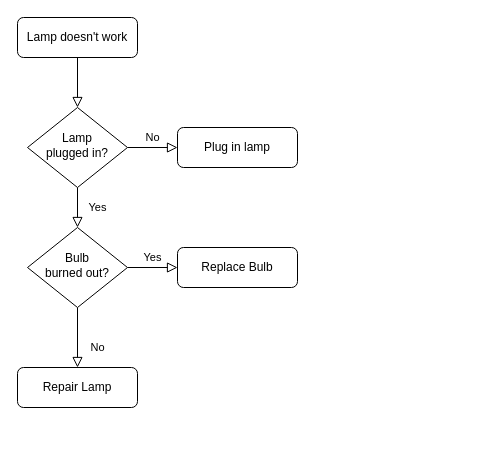
Before: Untitled Diagram.drawio in niffif/drawio, a draw.io diagram. Source tidied: cells renumbered, new cells numbered last; positions are measured from the earlier drawing's top-left corner, leaving out a move shared by most shapes. Both pictures are drawn from the tidied source at 100%, with x=0, y=0 at pixel (17, 17).
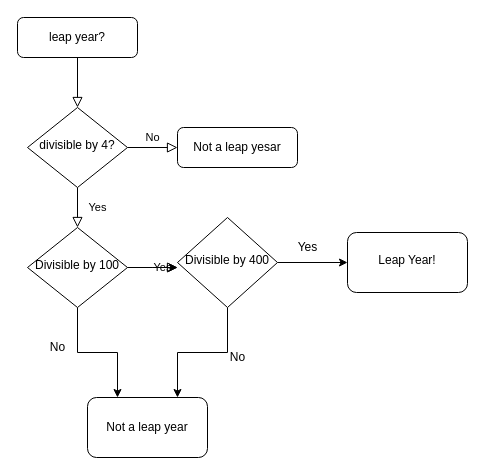
After the change.

Diff of the diagram source:
```diff
@@
-    <mxCell id="3" value="Lamp doesn't work" style="rounded=1;whiteSpace=wrap;html=1;fontSize=12;glass=0;strokeWidth=1;shadow=0;" parent="1" vertex="1">
+    <mxCell id="3" value="leap year?" style="rounded=1;whiteSpace=wrap;html=1;fontSize=12;glass=0;strokeWidth=1;shadow=0;" parent="1" vertex="1">
       <mxGeometry width="120" height="40" as="geometry" />
     </mxCell>
@@
-    <mxCell id="6" value="Lamp&lt;br&gt;plugged in?" style="rhombus;whiteSpace=wrap;html=1;shadow=0;fontFamily=Helvetica;fontSize=12;align=center;strokeWidth=1;spacing=6;spacingTop=-4;" parent="1" vertex="1">
+    <mxCell id="6" value="divisible by 4?" style="rhombus;whiteSpace=wrap;html=1;shadow=0;fontFamily=Helvetica;fontSize=12;align=center;strokeWidth=1;spacing=6;spacingTop=-4;" parent="1" vertex="1">
       <mxGeometry x="10" y="90" width="100" height="80" as="geometry" />
     </mxCell>
-    <mxCell id="7" value="Plug in lamp" style="rounded=1;whiteSpace=wrap;html=1;fontSize=12;glass=0;strokeWidth=1;shadow=0;" parent="1" vertex="1">
+    <mxCell id="7" value="Not a leap yesar" style="rounded=1;whiteSpace=wrap;html=1;fontSize=12;glass=0;strokeWidth=1;shadow=0;" parent="1" vertex="1">
       <mxGeometry x="160" y="110" width="120" height="40" as="geometry" />
     </mxCell>
-    <mxCell id="8" value="No" style="rounded=0;html=1;jettySize=auto;fontSize=11;endArrow=block;endFill=0;endSize=8;strokeWidth=1;shadow=0;labelBackgroundColor=none;edgeStyle=orthogonalEdgeStyle;" parent="1" edge="1" source="10" target="11">
-      <mxGeometry x="0.33" y="20" relative="1" as="geometry" />
-    </mxCell>
-    <mxCell id="9" value="Yes" style="edgeStyle=orthogonalEdgeStyle;rounded=0;html=1;jettySize=auto;fontSize=11;endArrow=block;endFill=0;endSize=8;strokeWidth=1;shadow=0;labelBackgroundColor=none;" parent="1" edge="1" source="10" target="12">
-      <mxGeometry y="10" relative="1" as="geometry" />
+    <mxCell id="9" value="Yes" style="edgeStyle=orthogonalEdgeStyle;rounded=0;html=1;jettySize=auto;fontSize=11;endArrow=block;endFill=0;endSize=8;strokeWidth=1;shadow=0;labelBackgroundColor=none;" parent="1" edge="1" source="10">
+      <mxGeometry y="10" relative="1" as="geometry">
+        <mxPoint x="160" y="250" as="targetPoint" />
+      </mxGeometry>
     </mxCell>
+    <mxCell id="13" style="edgeStyle=orthogonalEdgeStyle;rounded=0;jettySize=auto;html=1;" parent="1" edge="1" source="10">
+      <mxGeometry relative="1" as="geometry">
+        <mxPoint x="160" y="250" as="targetPoint" />
+      </mxGeometry>
+    </mxCell>
+    <mxCell id="14" style="edgeStyle=orthogonalEdgeStyle;rounded=0;jettySize=auto;html=1;exitX=0.5;exitY=1;exitDx=0;exitDy=0;entryX=0.25;entryY=0;entryDx=0;entryDy=0;" parent="1" edge="1" source="10" target="21">
+      <mxGeometry relative="1" as="geometry" />
+    </mxCell>
-    <mxCell id="10" value="Bulb&lt;br&gt;burned out?" style="rhombus;whiteSpace=wrap;html=1;shadow=0;fontFamily=Helvetica;fontSize=12;align=center;strokeWidth=1;spacing=6;spacingTop=-4;" parent="1" vertex="1">
+    <mxCell id="10" value="Divisible by 100" style="rhombus;whiteSpace=wrap;html=1;shadow=0;fontFamily=Helvetica;fontSize=12;align=center;strokeWidth=1;spacing=6;spacingTop=-4;" parent="1" vertex="1">
       <mxGeometry x="10" y="210" width="100" height="80" as="geometry" />
     </mxCell>
-    <mxCell id="11" value="Repair Lamp" style="rounded=1;whiteSpace=wrap;html=1;fontSize=12;glass=0;strokeWidth=1;shadow=0;" parent="1" vertex="1">
-      <mxGeometry y="350" width="120" height="40" as="geometry" />
-    </mxCell>
-    <mxCell id="12" value="Replace Bulb" style="rounded=1;whiteSpace=wrap;html=1;fontSize=12;glass=0;strokeWidth=1;shadow=0;" parent="1" vertex="1">
-      <mxGeometry x="160" y="230" width="120" height="40" as="geometry" />
-    </mxCell>
+    <mxCell id="15" style="edgeStyle=orthogonalEdgeStyle;rounded=0;jettySize=auto;html=1;" parent="1" edge="1" source="17" target="18">
+      <mxGeometry relative="1" as="geometry" />
+    </mxCell>
+    <mxCell id="16" style="edgeStyle=orthogonalEdgeStyle;rounded=0;jettySize=auto;html=1;entryX=0.75;entryY=0;entryDx=0;entryDy=0;" parent="1" edge="1" source="17" target="21">
+      <mxGeometry relative="1" as="geometry" />
+    </mxCell>
+    <mxCell id="17" value="Divisible by 400" style="rhombus;whiteSpace=wrap;html=1;shadow=0;strokeWidth=1;spacing=6;spacingTop=-4;" parent="1" vertex="1">
+      <mxGeometry x="160" y="200" width="100" height="90" as="geometry" />
+    </mxCell>
+    <mxCell id="18" value="Leap Year!" style="rounded=1;whiteSpace=wrap;html=1;shadow=0;strokeWidth=1;spacing=6;spacingTop=-4;" parent="1" vertex="1">
+      <mxGeometry x="330" y="215" width="120" height="60" as="geometry" />
+    </mxCell>
+    <mxCell id="19" value="No" style="text;html=1;align=center;verticalAlign=middle;strokeColor=none;fillColor=none;" parent="1" vertex="1">
+      <mxGeometry x="200" y="325" width="40" height="30" as="geometry" />
+    </mxCell>
+    <mxCell id="20" value="Yes" style="text;html=1;align=center;verticalAlign=middle;strokeColor=none;fillColor=none;" parent="1" vertex="1">
+      <mxGeometry x="270" y="215" width="40" height="30" as="geometry" />
+    </mxCell>
+    <mxCell id="21" value="Not a leap year" style="rounded=1;whiteSpace=wrap;html=1;" parent="1" vertex="1">
+      <mxGeometry x="70" y="380" width="120" height="60" as="geometry" />
+    </mxCell>
+    <mxCell id="22" value="No" style="text;html=1;align=center;verticalAlign=middle;strokeColor=none;fillColor=none;" parent="1" vertex="1">
+      <mxGeometry x="20" y="315" width="40" height="30" as="geometry" />
+    </mxCell>
```
